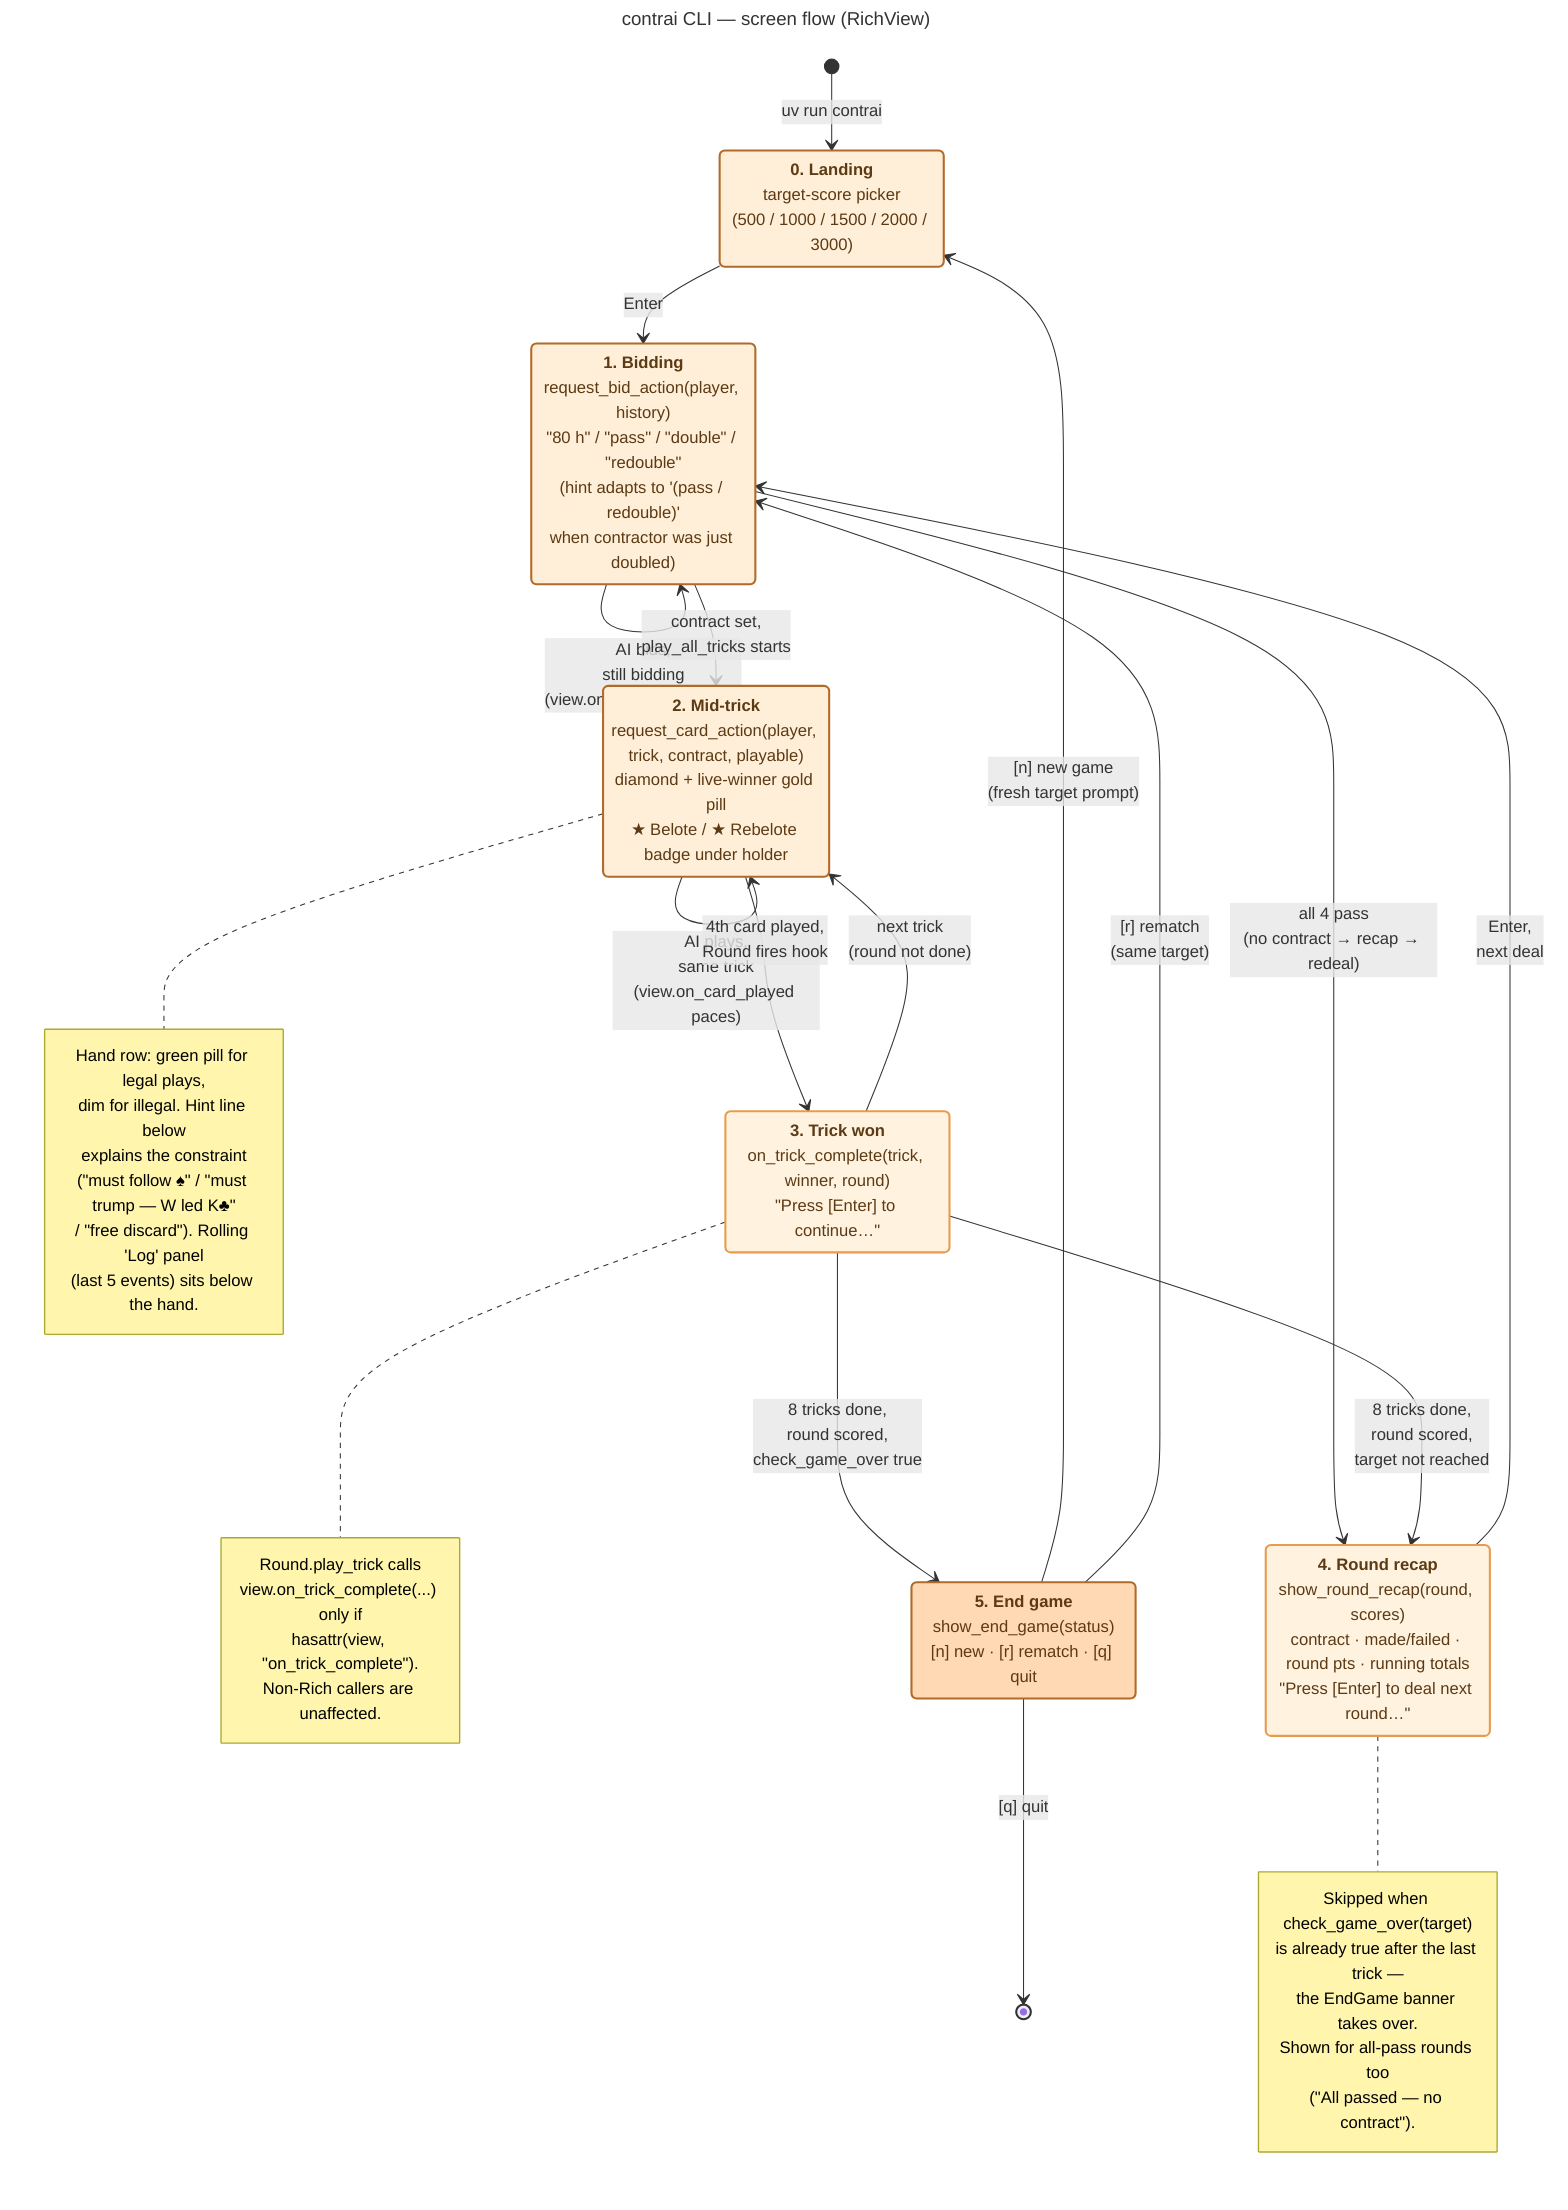
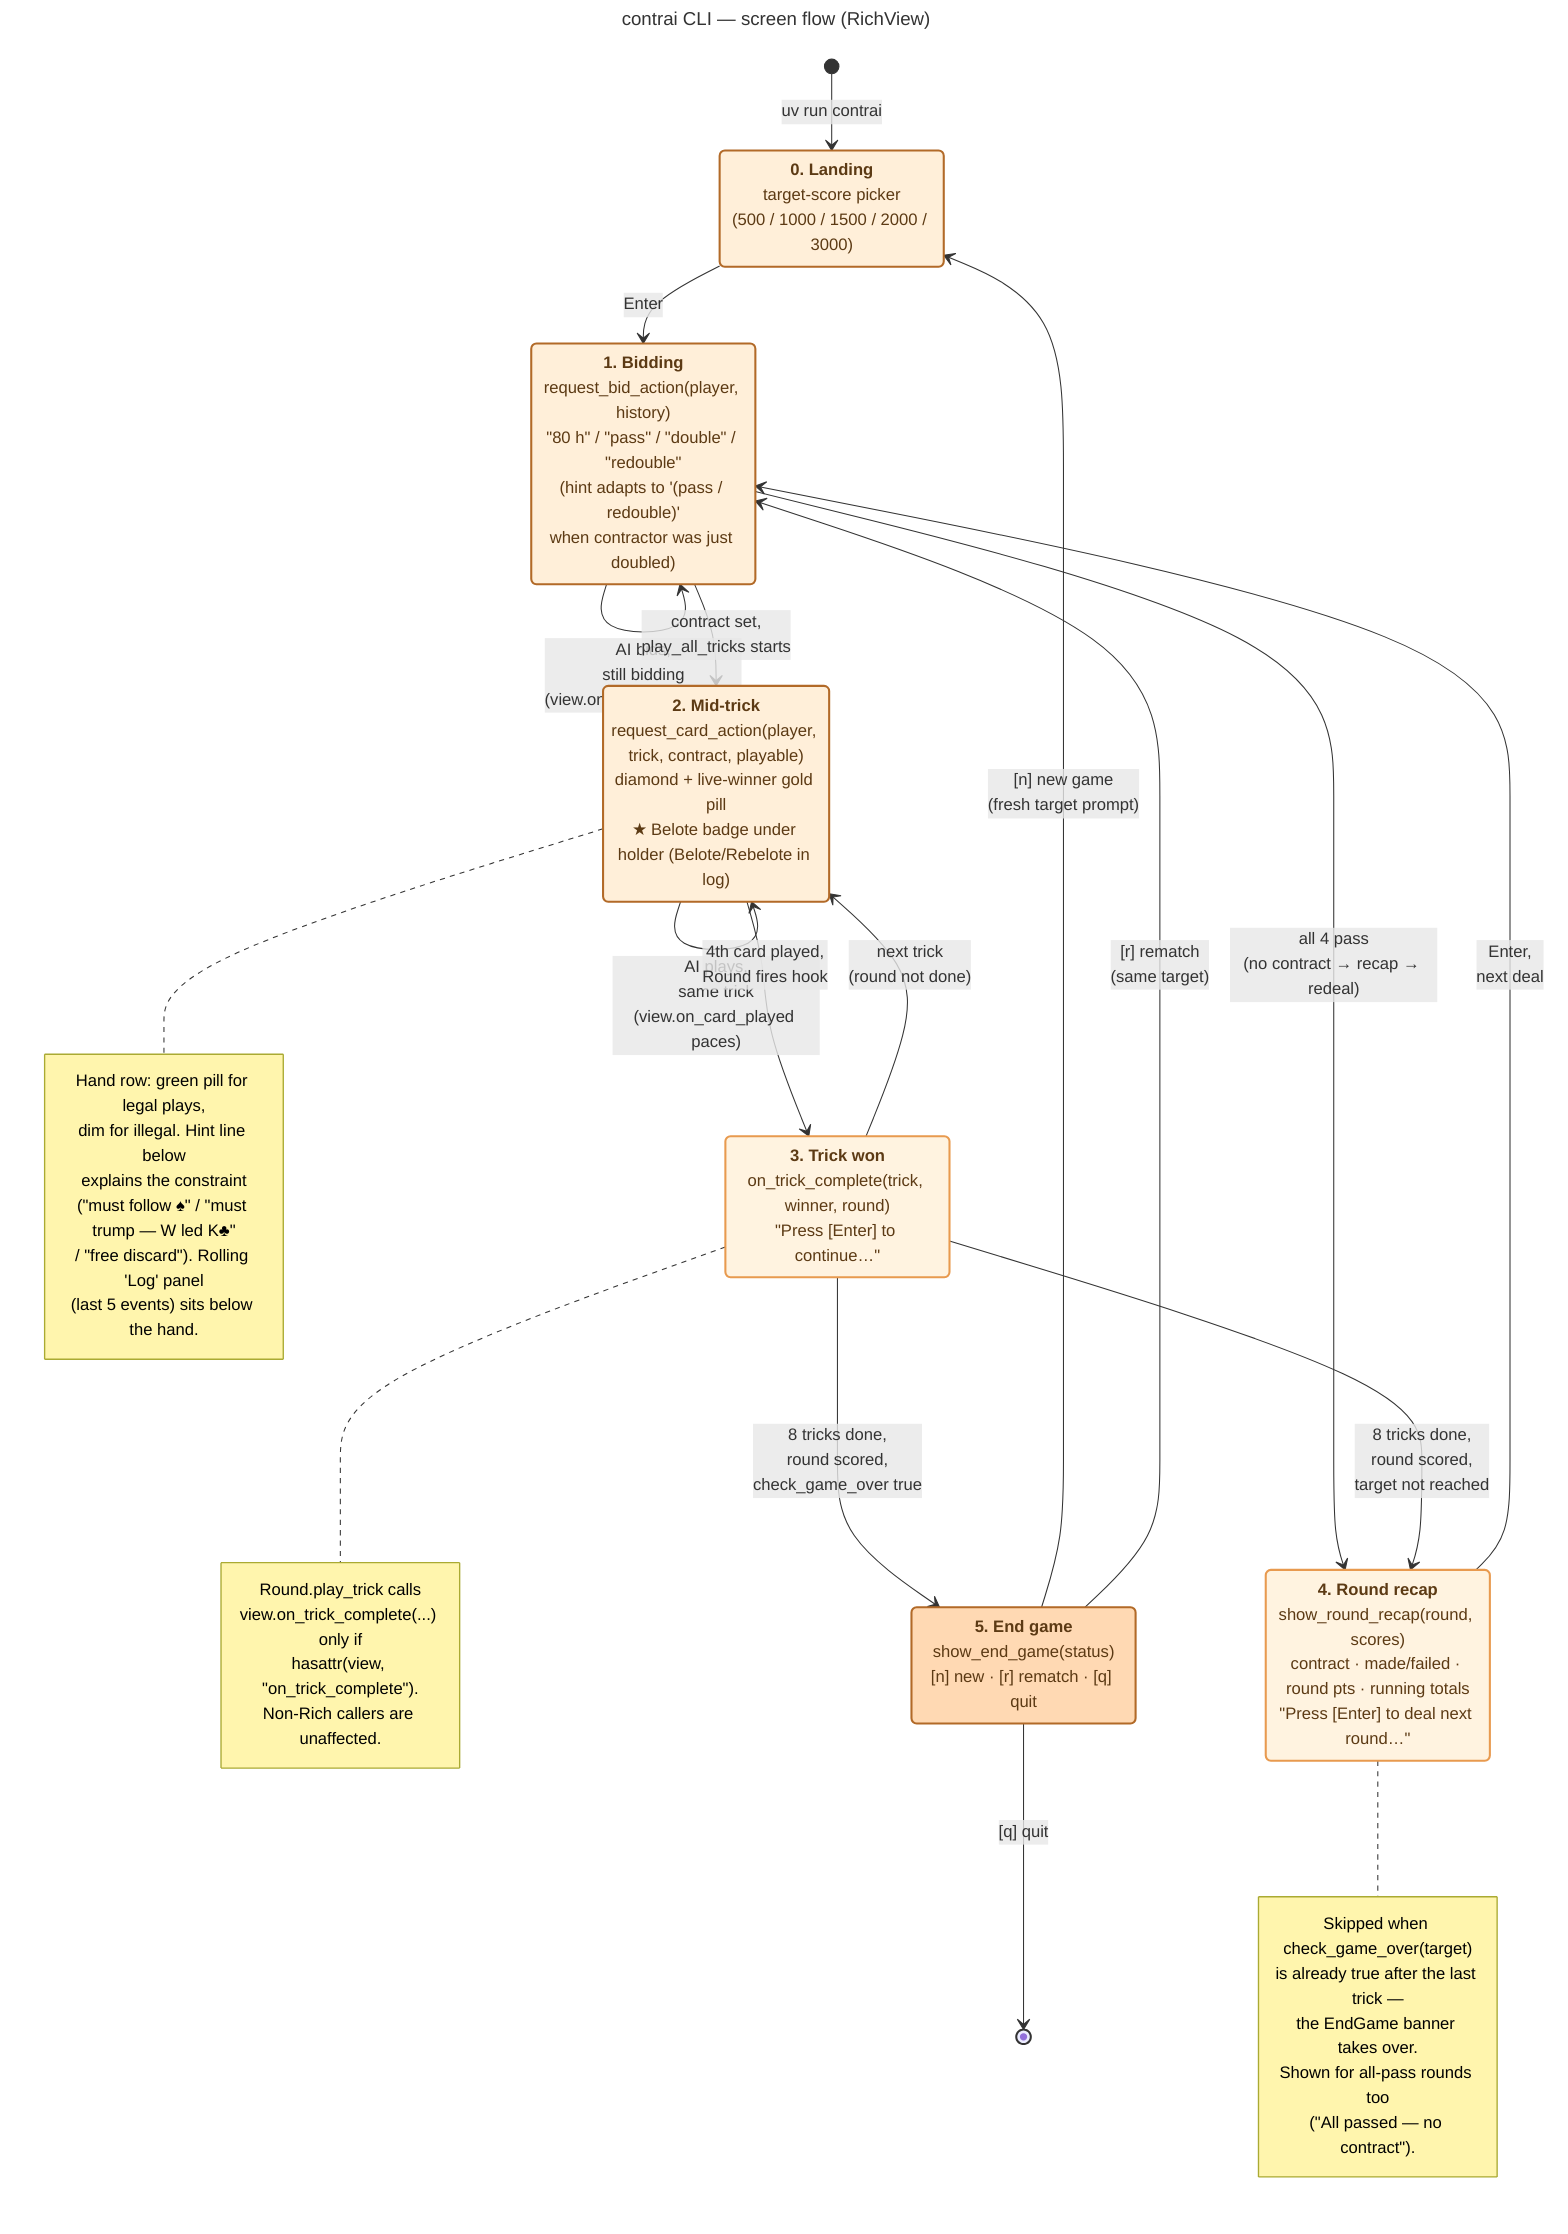
---
title: contrai CLI — screen flow (RichView)
---
stateDiagram-v2
    direction TB

    [*] --> Landing : uv run contrai

    Landing : <b>0. Landing</b><br/>target-score picker<br/>(500 / 1000 / 1500 / 2000 / 3000)
    Bidding : <b>1. Bidding</b><br/>request_bid_action(player, history)<br/>"80 h" / "pass" / "double" / "redouble"<br/>(hint adapts to '(pass / redouble)'<br/>when contractor was just doubled)
-     MidTrick : <b>2. Mid-trick</b><br/>request_card_action(player, trick, contract, playable)<br/>diamond + live-winner gold pill<br/>★ Belote / ★ Rebelote badge under holder
+     MidTrick : <b>2. Mid-trick</b><br/>request_card_action(player, trick, contract, playable)<br/>diamond + live-winner gold pill<br/>★ Belote badge under holder (Belote/Rebelote in log)
    TrickWon : <b>3. Trick won</b><br/>on_trick_complete(trick, winner, round)<br/>"Press [Enter] to continue…"
    RoundRecap : <b>4. Round recap</b><br/>show_round_recap(round, scores)<br/>contract · made/failed · round pts · running totals<br/>"Press [Enter] to deal next round…"
    EndGame : <b>5. End game</b><br/>show_end_game(status)<br/>[n] new · [r] rematch · [q] quit

    Landing --> Bidding : Enter
    Bidding --> Bidding : AI bids,<br/>still bidding<br/>(view.on_bid_made paces)
    Bidding --> RoundRecap : all 4 pass<br/>(no contract → recap → redeal)
    Bidding --> MidTrick : contract set,<br/>play_all_tricks starts
    MidTrick --> MidTrick : AI plays,<br/>same trick<br/>(view.on_card_played paces)
    MidTrick --> TrickWon : 4th card played,<br/>Round fires hook
    TrickWon --> MidTrick : next trick<br/>(round not done)
    TrickWon --> RoundRecap : 8 tricks done,<br/>round scored,<br/>target not reached
    TrickWon --> EndGame : 8 tricks done,<br/>round scored,<br/>check_game_over true
    RoundRecap --> Bidding : Enter,<br/>next deal

    EndGame --> Landing : [n] new game<br/>(fresh target prompt)
    EndGame --> Bidding : [r] rematch<br/>(same target)
    EndGame --> [*] : [q] quit

    note right of MidTrick
        Hand row: green pill for legal plays,
        dim for illegal. Hint line below
        explains the constraint
        ("must follow ♠" / "must trump — W led K♣"
        / "free discard"). Rolling 'Log' panel
        (last 5 events) sits below the hand.
    end note

    note right of TrickWon
        Round.play_trick calls
        view.on_trick_complete(...) only if
        hasattr(view, "on_trick_complete").
        Non-Rich callers are unaffected.
    end note

    note right of RoundRecap
        Skipped when check_game_over(target)
        is already true after the last trick —
        the EndGame banner takes over.
        Shown for all-pass rounds too
        ("All passed — no contract").
    end note

    classDef screen0 fill:#FFEFD9,stroke:#B26A28,stroke-width:2px,color:#5C3A14;
    classDef screen1 fill:#FFEFD9,stroke:#B26A28,stroke-width:2px,color:#5C3A14;
    classDef screen2 fill:#FFEFD9,stroke:#B26A28,stroke-width:2px,color:#5C3A14;
    classDef screen3 fill:#FFF3E0,stroke:#E89A4F,stroke-width:2px,color:#5C3A14;
    classDef screen4 fill:#FFF3E0,stroke:#E89A4F,stroke-width:2px,color:#5C3A14;
    classDef screen5 fill:#FFD9B3,stroke:#B26A28,stroke-width:2px,color:#5C3A14;

    class Landing screen0
    class Bidding screen1
    class MidTrick screen2
    class TrickWon screen3
    class RoundRecap screen4
    class EndGame screen5
